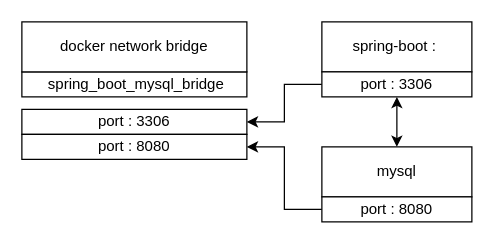
This is springboot-mysql/diagram.drawio from TaegyuHan/docker-compose-starter, a draw.io file, before an edit. Source tidied: cells renumbered, new cells numbered last; positions are measured from the earlier drawing's top-left corner, leaving out a move shared by most shapes. Both pictures are drawn from the tidied source at 125%, with x=0, y=0 at pixel (21, 21).
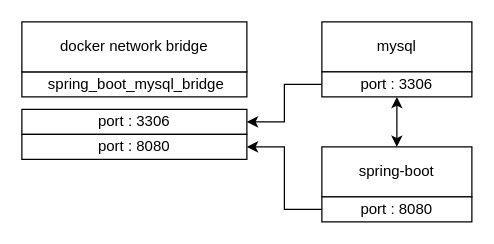
Above is the later version.

Diff of the diagram source:
```diff
@@
 <mxGraphModel>
   <root>
     <mxCell id="0" />
     <mxCell id="1" parent="0" />
     <mxCell id="2" style="group;" parent="1" vertex="1">
       <mxGeometry width="360" height="160" as="geometry" />
     </mxCell>
     <mxCell id="3" value="&amp;nbsp;spring_boot_mysql_bridge" style="rounded=0;whiteSpace=wrap;html=1;" parent="2" vertex="1">
       <mxGeometry y="40" width="180" height="20" as="geometry" />
     </mxCell>
     <mxCell id="4" value="docker network bridge" style="rounded=0;whiteSpace=wrap;html=1;" parent="2" vertex="1">
       <mxGeometry width="180" height="40" as="geometry" />
     </mxCell>
-    <mxCell id="5" value="spring-boot :&amp;nbsp;" style="rounded=0;whiteSpace=wrap;html=1;" parent="2" vertex="1">
+    <mxCell id="5" value="mysql" style="rounded=0;whiteSpace=wrap;html=1;" parent="2" vertex="1">
       <mxGeometry x="240" width="120" height="40" as="geometry" />
     </mxCell>
-    <mxCell id="6" value="mysql" style="rounded=0;whiteSpace=wrap;html=1;" parent="2" vertex="1">
+    <mxCell id="6" value="spring-boot" style="rounded=0;whiteSpace=wrap;html=1;" parent="2" vertex="1">
       <mxGeometry x="240" y="100" width="120" height="40" as="geometry" />
     </mxCell>
     <mxCell id="7" value="port : 3306" style="rounded=0;whiteSpace=wrap;html=1;" parent="2" vertex="1">
       <mxGeometry y="70" width="180" height="20" as="geometry" />
     </mxCell>
     <mxCell id="8" value="port : 8080" style="rounded=0;whiteSpace=wrap;html=1;" parent="2" vertex="1">
       <mxGeometry y="90" width="180" height="20" as="geometry" />
     </mxCell>
     <mxCell id="9" style="edgeStyle=orthogonalEdgeStyle;rounded=0;jettySize=auto;html=1;entryX=1;entryY=0.5;entryDx=0;entryDy=0;" parent="2" edge="1" source="10" target="8">
       <mxGeometry relative="1" as="geometry" />
     </mxCell>
     <mxCell id="10" value="port : 8080" style="rounded=0;whiteSpace=wrap;html=1;" parent="2" vertex="1">
       <mxGeometry x="240" y="140" width="120" height="20" as="geometry" />
     </mxCell>
     <mxCell id="11" style="edgeStyle=orthogonalEdgeStyle;rounded=0;jettySize=auto;html=1;entryX=1;entryY=0.5;entryDx=0;entryDy=0;" parent="2" edge="1" source="12" target="7">
       <mxGeometry relative="1" as="geometry" />
     </mxCell>
     <mxCell id="12" value="port : 3306" style="rounded=0;whiteSpace=wrap;html=1;" parent="2" vertex="1">
       <mxGeometry x="240" y="40" width="120" height="20" as="geometry" />
     </mxCell>
     <mxCell id="13" style="endArrow=classic;startArrow=classic;html=1;rounded=0;entryX=0.5;entryY=1;entryDx=0;entryDy=0;exitX=0.5;exitY=0;exitDx=0;exitDy=0;" parent="2" edge="1" source="6" target="12">
       <mxGeometry relative="1" as="geometry" />
     </mxCell>
   </root>
 </mxGraphModel>
```
